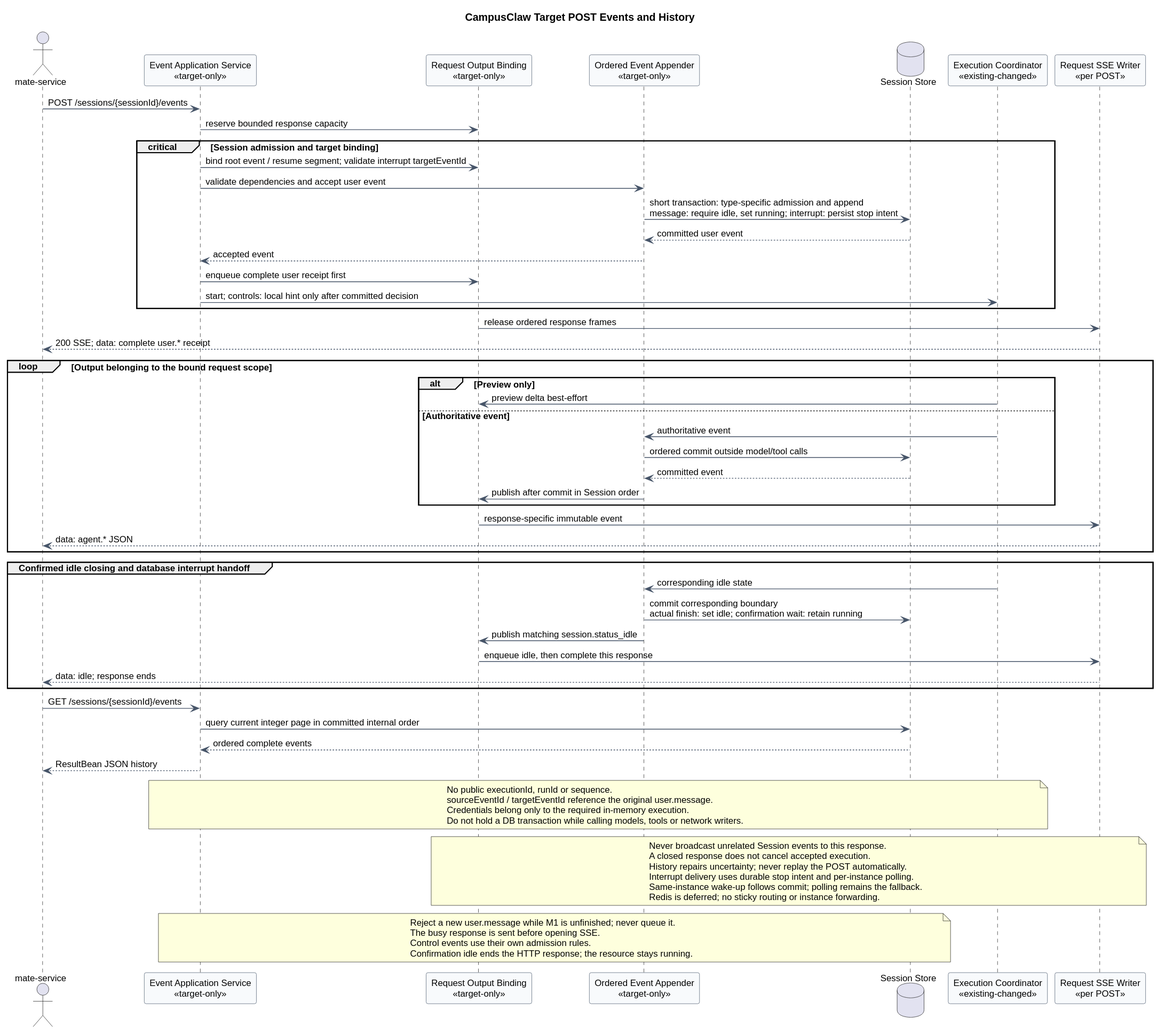
Before: 01-总体架构/01-CampusClaw多Agent运行时/设计图/事件接口重设计/target_session_events_resource_model.svg, a diagram exported from PlantUML (ssm0808/pi-mono-java-design).
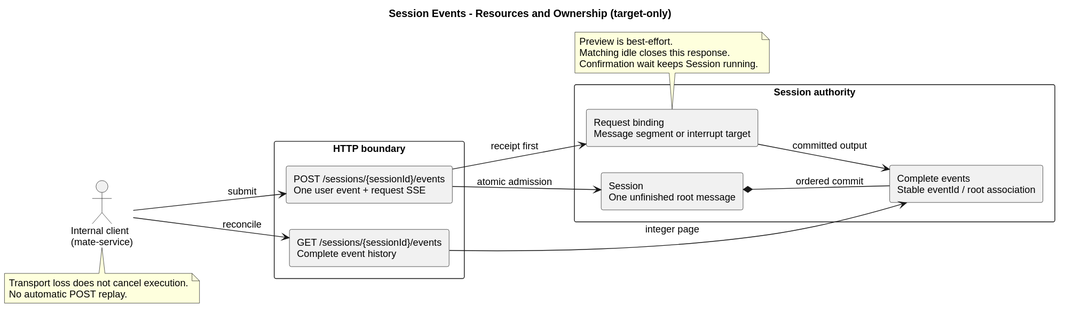
After the change.

Change to the diagram source:
```diff
@@ -1,78 +1,35 @@
 @startuml
-title CampusClaw Target POST Events and History
-skinparam backgroundColor #FFFFFF
+skinparam backgroundColor white
 skinparam shadowing false
 skinparam defaultFontName Arial
-skinparam defaultFontSize 12
-skinparam sequence {
-  ParticipantBackgroundColor #F8FAFC
-  ParticipantBorderColor #475569
-  ArrowColor #475569
+skinparam defaultFontSize 13
+title Session Events - Resources and Ownership (target-only)
+left to right direction
+skinparam packageStyle rectangle
+actor "Internal client\n(mate-service)" as Client
+package "HTTP boundary" {
+  rectangle "POST /sessions/{sessionId}/events\nOne user event + request SSE" as Post
+  rectangle "GET /sessions/{sessionId}/events\nComplete event history" as Get
 }
-actor "mate-service" as Mate
-participant "Event Application Service\n<<target-only>>" as API
-participant "Request Output Binding\n<<target-only>>" as Binding
-participant "Ordered Event Appender\n<<target-only>>" as Append
-database "Session Store" as Store
-participant "Execution Coordinator\n<<existing-changed>>" as Execution
-participant "Request SSE Writer\n<<per POST>>" as Writer
-
-Mate -> API : POST /sessions/{sessionId}/events
-API -> Binding : reserve bounded response capacity
-critical Session admission and target binding
-  API -> Binding : bind root event / resume segment; validate interrupt targetEventId
-  API -> Append : validate dependencies and accept user event
-  Append -> Store : short transaction: type-specific admission and append\nmessage: require idle, set running; interrupt: persist stop intent
-  Store --> Append : committed user event
-  Append --> API : accepted event
-  API -> Binding : enqueue complete user receipt first
-  API -> Execution : start; controls: local hint only after committed decision
-end
-Binding -> Writer : release ordered response frames
-Writer --> Mate : 200 SSE; data: complete user.* receipt
-
-loop Output belonging to the bound request scope
-  alt Preview only
-    Execution -> Binding : preview delta best-effort
-  else Authoritative event
-    Execution -> Append : authoritative event
-    Append -> Store : ordered commit outside model/tool calls
-    Store --> Append : committed event
-    Append -> Binding : publish after commit in Session order
-  end
-  Binding -> Writer : response-specific immutable event
-  Writer --> Mate : data: agent.* JSON
-end
-group Confirmed idle closing and database interrupt handoff
-  Execution -> Append : corresponding idle state
-  Append -> Store : commit corresponding boundary\nactual finish: set idle; confirmation wait: retain running
-  Append -> Binding : publish matching session.status_idle
-  Binding -> Writer : enqueue idle, then complete this response
-  Writer --> Mate : data: idle; response ends
-end
-Mate -> API : GET /sessions/{sessionId}/events
-API -> Store : query current integer page in committed internal order
-Store --> API : ordered complete events
-API --> Mate : ResultBean JSON history
-
-note over API,Execution
-No public executionId, runId or sequence.
-sourceEventId / targetEventId reference the original user.message.
-Credentials belong only to the required in-memory execution.
-Do not hold a DB transaction while calling models, tools or network writers.
+package "Session authority" {
+  rectangle "Session\nOne unfinished root message" as Session
+  rectangle "Complete events\nStable eventId / root association" as Events
+  rectangle "Request binding\nMessage segment or interrupt target" as Binding
+}
+Client --> Post : submit
+Client --> Get : reconcile
+Post --> Session : atomic admission
+Session *-- Events : ordered commit
+Post --> Binding : receipt first
+Binding --> Events : committed output
+Get --> Events : integer page
+note bottom of Binding
+Preview is best-effort.
+Matching idle closes this response.
+Confirmation wait keeps Session running.
 end note
-note over Binding,Writer
-Never broadcast unrelated Session events to this response.
-A closed response does not cancel accepted execution.
-History repairs uncertainty; never replay the POST automatically.
-Interrupt delivery uses durable stop intent and per-instance polling.
-Same-instance wake-up follows commit; polling remains the fallback.
-Redis is deferred; no sticky routing or instance forwarding.
-end note
-note over API,Store
-Reject a new user.message while M1 is unfinished; never queue it.
-The busy response is sent before opening SSE.
-Control events use their own admission rules.
-Confirmation idle ends the HTTP response; the resource stays running.
+note bottom of Client
+Transport loss does not cancel execution.
+No automatic POST replay.
 end note
 @enduml
```
